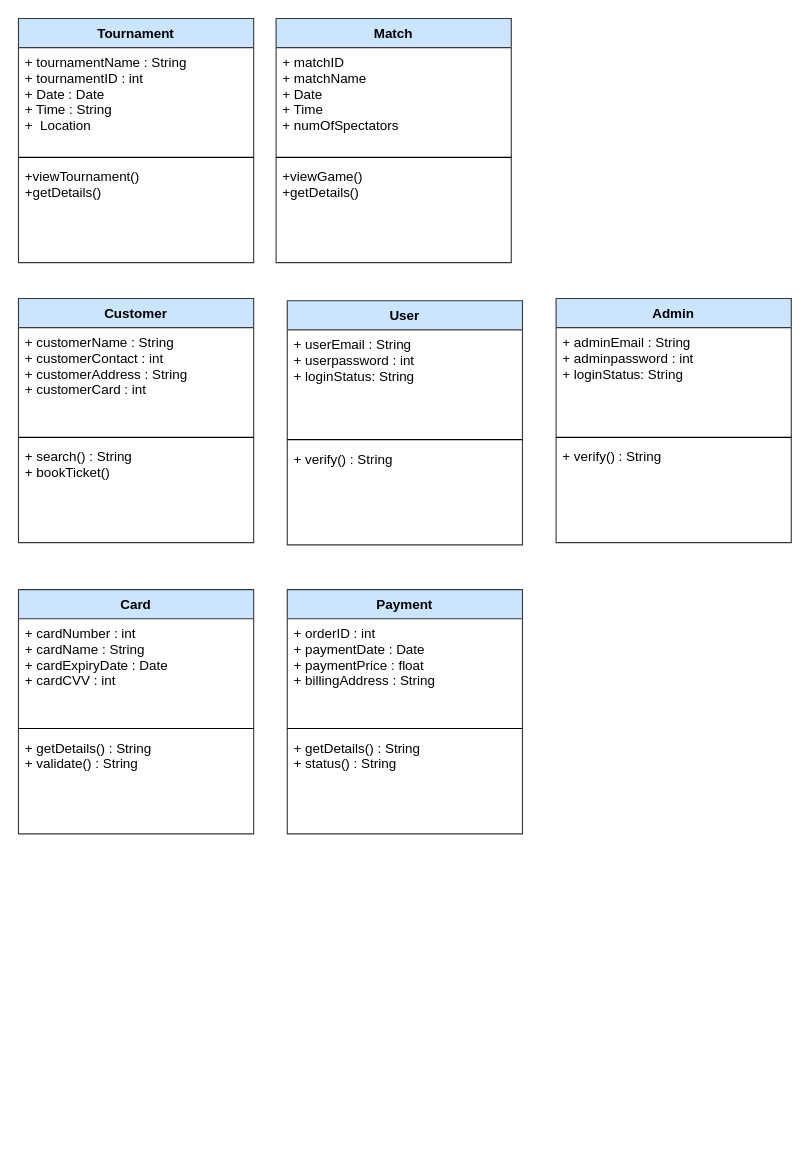
This is SES_Class.drawio from mlvl974/SportsEventSystem, a draw.io file, before an edit. Source tidied: cells renumbered, new cells numbered last; positions are measured from the earlier drawing's top-left corner, leaving out a move shared by most shapes. Both pictures are drawn from the tidied source at 112%, with x=0, y=0 at pixel (18, 18).
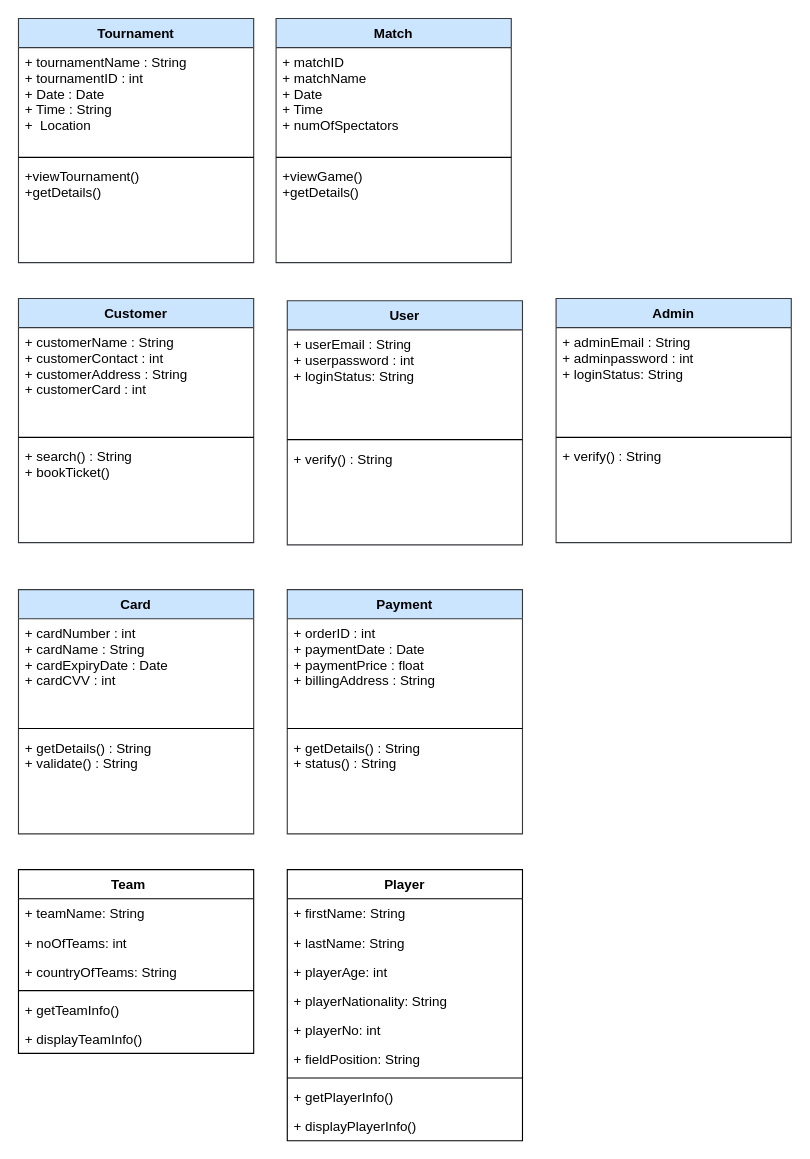
The same page after the edit.

Change to the diagram source:
```diff
@@
+    <mxCell id="30" value="Team    " style="swimlane;fontStyle=1;align=center;verticalAlign=top;horizontal=1;startSize=26;" parent="1" vertex="1">
+      <mxGeometry y="760" width="210" height="164" as="geometry" />
+    </mxCell>
+    <mxCell id="31" value="+ teamName: String" style="text;strokeColor=none;fillColor=none;align=left;verticalAlign=top;spacingLeft=4;spacingRight=4;overflow=hidden;" parent="30" vertex="1">
+      <mxGeometry y="26" width="210" height="26" as="geometry" />
+    </mxCell>
+    <mxCell id="32" value="+ noOfTeams: int" style="text;strokeColor=none;fillColor=none;align=left;verticalAlign=top;spacingLeft=4;spacingRight=4;overflow=hidden;" parent="30" vertex="1">
+      <mxGeometry y="52" width="210" height="26" as="geometry" />
+    </mxCell>
+    <mxCell id="33" value="+ countryOfTeams: String" style="text;strokeColor=none;fillColor=none;align=left;verticalAlign=top;spacingLeft=4;spacingRight=4;overflow=hidden;" parent="30" vertex="1">
+      <mxGeometry y="78" width="210" height="26" as="geometry" />
+    </mxCell>
+    <mxCell id="34" style="line;strokeWidth=1;fillColor=none;align=left;verticalAlign=middle;spacingTop=-1;spacingLeft=3;spacingRight=3;labelPosition=right;" parent="30" vertex="1">
+      <mxGeometry y="104" width="210" height="8" as="geometry" />
+    </mxCell>
+    <mxCell id="35" value="+ getTeamInfo()" style="text;strokeColor=none;fillColor=none;align=left;verticalAlign=top;spacingLeft=4;spacingRight=4;overflow=hidden;" parent="30" vertex="1">
+      <mxGeometry y="112" width="210" height="26" as="geometry" />
+    </mxCell>
+    <mxCell id="36" value="+ displayTeamInfo()" style="text;strokeColor=none;fillColor=none;align=left;verticalAlign=top;spacingLeft=4;spacingRight=4;overflow=hidden;" parent="30" vertex="1">
+      <mxGeometry y="138" width="210" height="26" as="geometry" />
+    </mxCell>
+    <mxCell id="37" value="Player" style="swimlane;fontStyle=1;align=center;verticalAlign=top;horizontal=1;startSize=26;" parent="1" vertex="1">
+      <mxGeometry x="240" y="760" width="210" height="242" as="geometry" />
+    </mxCell>
+    <mxCell id="38" value="+ firstName: String" style="text;strokeColor=none;fillColor=none;align=left;verticalAlign=top;spacingLeft=4;spacingRight=4;overflow=hidden;" parent="37" vertex="1">
+      <mxGeometry y="26" width="210" height="26" as="geometry" />
+    </mxCell>
+    <mxCell id="39" value="+ lastName: String" style="text;strokeColor=none;fillColor=none;align=left;verticalAlign=top;spacingLeft=4;spacingRight=4;overflow=hidden;" parent="37" vertex="1">
+      <mxGeometry y="52" width="210" height="26" as="geometry" />
+    </mxCell>
+    <mxCell id="40" value="+ playerAge: int" style="text;strokeColor=none;fillColor=none;align=left;verticalAlign=top;spacingLeft=4;spacingRight=4;overflow=hidden;" parent="37" vertex="1">
+      <mxGeometry y="78" width="210" height="26" as="geometry" />
+    </mxCell>
+    <mxCell id="41" value="+ playerNationality: String" style="text;strokeColor=none;fillColor=none;align=left;verticalAlign=top;spacingLeft=4;spacingRight=4;overflow=hidden;" parent="37" vertex="1">
+      <mxGeometry y="104" width="210" height="26" as="geometry" />
+    </mxCell>
+    <mxCell id="42" value="+ playerNo: int" style="text;strokeColor=none;fillColor=none;align=left;verticalAlign=top;spacingLeft=4;spacingRight=4;overflow=hidden;" parent="37" vertex="1">
+      <mxGeometry y="130" width="210" height="26" as="geometry" />
+    </mxCell>
+    <mxCell id="43" value="+ fieldPosition: String" style="text;strokeColor=none;fillColor=none;align=left;verticalAlign=top;spacingLeft=4;spacingRight=4;overflow=hidden;" parent="37" vertex="1">
+      <mxGeometry y="156" width="210" height="26" as="geometry" />
+    </mxCell>
+    <mxCell id="44" style="line;strokeWidth=1;fillColor=none;align=left;verticalAlign=middle;spacingTop=-1;spacingLeft=3;spacingRight=3;labelPosition=right;" parent="37" vertex="1">
+      <mxGeometry y="182" width="210" height="8" as="geometry" />
+    </mxCell>
+    <mxCell id="45" value="+ getPlayerInfo()" style="text;strokeColor=none;fillColor=none;align=left;verticalAlign=top;spacingLeft=4;spacingRight=4;overflow=hidden;" parent="37" vertex="1">
+      <mxGeometry y="190" width="210" height="26" as="geometry" />
+    </mxCell>
+    <mxCell id="46" value="+ displayPlayerInfo()" style="text;strokeColor=none;fillColor=none;align=left;verticalAlign=top;spacingLeft=4;spacingRight=4;overflow=hidden;" parent="37" vertex="1">
+      <mxGeometry y="216" width="210" height="26" as="geometry" />
+    </mxCell>
```
